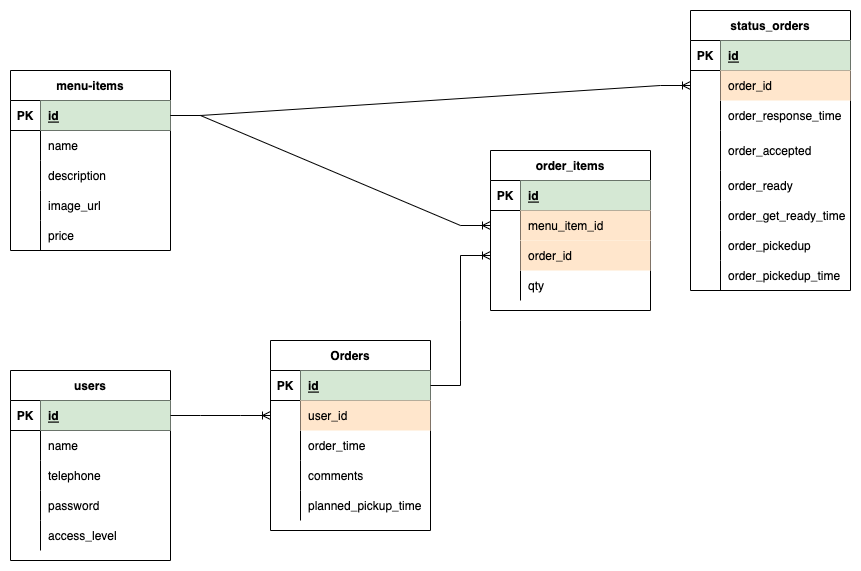
Earlier version of the draw.io export Planning/ERD.png (FarzanehSa/Food-Pick-up-Ordering-app). Source tidied: cells renumbered, new cells last; positions are measured from the earlier drawing's top-left corner, leaving out a move shared by most shapes.
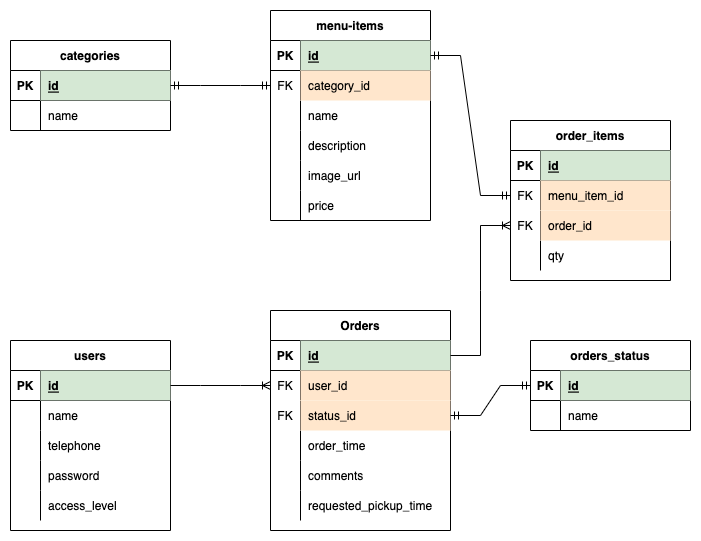
After the commit.

Diff of the diagram source:
```diff
@@ -56,3 +56,3 @@
     <mxCell id="19" value="menu-items" style="shape=table;startSize=30;rowLines=0;fontStyle=1;align=center;" parent="1" vertex="1">
-      <mxGeometry y="60" width="160" height="180" as="geometry" />
+      <mxGeometry x="260" y="30" width="160" height="210" as="geometry" />
     </mxCell>
@@ -70,6 +70,6 @@
     </mxCell>
-    <mxCell id="24" style="shape=partialRectangle;fillColor=none;top=0;left=0;bottom=0;right=0;overflow=hidden;" parent="23" vertex="1">
+    <mxCell id="24" value="FK" style="shape=partialRectangle;fillColor=none;top=0;left=0;bottom=0;right=0;overflow=hidden;" parent="23" vertex="1">
       <mxGeometry width="30" height="30" as="geometry" />
     </mxCell>
-    <mxCell id="25" value="name" style="shape=partialRectangle;fillColor=none;top=0;left=0;bottom=0;right=0;align=left;spacingLeft=6;overflow=hidden;" parent="23" vertex="1">
+    <mxCell id="25" value="category_id" style="shape=partialRectangle;fillColor=#ffe6cc;top=0;left=0;bottom=0;right=0;align=left;spacingLeft=6;overflow=hidden;strokeColor=#d79b00;" parent="23" vertex="1">
       <mxGeometry x="30" width="130" height="30" as="geometry" />
@@ -82,3 +82,3 @@
     </mxCell>
-    <mxCell id="28" value="description" style="shape=partialRectangle;fillColor=none;top=0;left=0;bottom=0;right=0;align=left;spacingLeft=6;overflow=hidden;" parent="26" vertex="1">
+    <mxCell id="28" value="name" style="shape=partialRectangle;fillColor=none;top=0;left=0;bottom=0;right=0;align=left;spacingLeft=6;overflow=hidden;" parent="26" vertex="1">
       <mxGeometry x="30" width="130" height="30" as="geometry" />
@@ -91,3 +91,3 @@
     </mxCell>
-    <mxCell id="31" value="image_url" style="shape=partialRectangle;fillColor=none;top=0;left=0;bottom=0;right=0;align=left;spacingLeft=6;overflow=hidden;" parent="29" vertex="1">
+    <mxCell id="31" value="description" style="shape=partialRectangle;fillColor=none;top=0;left=0;bottom=0;right=0;align=left;spacingLeft=6;overflow=hidden;" parent="29" vertex="1">
       <mxGeometry x="30" width="130" height="30" as="geometry" />
@@ -100,10 +100,19 @@
     </mxCell>
-    <mxCell id="34" value="price" style="shape=partialRectangle;fillColor=none;top=0;left=0;bottom=0;right=0;align=left;spacingLeft=6;overflow=hidden;" parent="32" vertex="1">
+    <mxCell id="34" value="image_url" style="shape=partialRectangle;fillColor=none;top=0;left=0;bottom=0;right=0;align=left;spacingLeft=6;overflow=hidden;" parent="32" vertex="1">
       <mxGeometry x="30" width="130" height="30" as="geometry" />
     </mxCell>
+    <mxCell id="93" style="shape=tableRow;horizontal=0;startSize=0;swimlaneHead=0;swimlaneBody=0;fillColor=none;top=0;left=0;right=0;bottom=0;" parent="19" vertex="1">
+      <mxGeometry y="180" width="160" height="30" as="geometry" />
+    </mxCell>
+    <mxCell id="94" style="shape=partialRectangle;fillColor=none;top=0;left=0;bottom=0;right=0;overflow=hidden;" parent="93" vertex="1">
+      <mxGeometry width="30" height="30" as="geometry" />
+    </mxCell>
+    <mxCell id="95" value="price" style="shape=partialRectangle;fillColor=none;top=0;left=0;bottom=0;right=0;align=left;spacingLeft=6;overflow=hidden;" parent="93" vertex="1">
+      <mxGeometry x="30" width="130" height="30" as="geometry" />
+    </mxCell>
     <mxCell id="35" value="Orders" style="shape=table;startSize=30;rowLines=0;fontStyle=1;align=center;" parent="1" vertex="1">
-      <mxGeometry x="260" y="330" width="160" height="190" as="geometry" />
+      <mxGeometry x="260" y="330" width="180" height="220" as="geometry" />
     </mxCell>
     <mxCell id="36" style="shape=tableRow;horizontal=0;startSize=0;swimlaneHead=0;swimlaneBody=0;fillColor=none;points=[[0,0.5],[1,0.5]];portConstraint=eastwest;top=0;left=0;right=0;bottom=1;" parent="35" vertex="1">
-      <mxGeometry y="30" width="160" height="30" as="geometry" />
+      <mxGeometry y="30" width="180" height="30" as="geometry" />
     </mxCell>
@@ -113,8 +122,8 @@
     <mxCell id="38" value="id" style="shape=partialRectangle;fillColor=#d5e8d4;top=0;left=0;bottom=0;right=0;align=left;spacingLeft=6;fontStyle=5;overflow=hidden;strokeColor=#82b366;" parent="36" vertex="1">
-      <mxGeometry x="30" width="130" height="30" as="geometry" />
+      <mxGeometry x="30" width="150" height="30" as="geometry" />
     </mxCell>
     <mxCell id="39" style="shape=tableRow;horizontal=0;startSize=0;swimlaneHead=0;swimlaneBody=0;fillColor=none;points=[[0,0.5],[1,0.5]];portConstraint=eastwest;top=0;left=0;right=0;bottom=0;" parent="35" vertex="1">
-      <mxGeometry y="60" width="160" height="30" as="geometry" />
+      <mxGeometry y="60" width="180" height="30" as="geometry" />
     </mxCell>
-    <mxCell id="40" style="shape=partialRectangle;fillColor=none;top=0;left=0;bottom=0;right=0;overflow=hidden;" parent="39" vertex="1">
+    <mxCell id="40" value="FK" style="shape=partialRectangle;fillColor=none;top=0;left=0;bottom=0;right=0;overflow=hidden;" parent="39" vertex="1">
       <mxGeometry width="30" height="30" as="geometry" />
@@ -122,15 +131,15 @@
     <mxCell id="41" value="user_id" style="shape=partialRectangle;fillColor=#ffe6cc;top=0;left=0;bottom=0;right=0;align=left;spacingLeft=6;overflow=hidden;strokeColor=#d79b00;" parent="39" vertex="1">
-      <mxGeometry x="30" width="130" height="30" as="geometry" />
+      <mxGeometry x="30" width="150" height="30" as="geometry" />
     </mxCell>
     <mxCell id="42" style="shape=tableRow;horizontal=0;startSize=0;swimlaneHead=0;swimlaneBody=0;fillColor=none;points=[[0,0.5],[1,0.5]];portConstraint=eastwest;top=0;left=0;right=0;bottom=0;" parent="35" vertex="1">
-      <mxGeometry y="90" width="160" height="30" as="geometry" />
+      <mxGeometry y="90" width="180" height="30" as="geometry" />
     </mxCell>
-    <mxCell id="43" style="shape=partialRectangle;fillColor=none;top=0;left=0;bottom=0;right=0;overflow=hidden;" parent="42" vertex="1">
+    <mxCell id="43" value="FK" style="shape=partialRectangle;fillColor=none;top=0;left=0;bottom=0;right=0;overflow=hidden;" parent="42" vertex="1">
       <mxGeometry width="30" height="30" as="geometry" />
     </mxCell>
-    <mxCell id="44" value="order_time" style="shape=partialRectangle;fillColor=none;top=0;left=0;bottom=0;right=0;align=left;spacingLeft=6;overflow=hidden;" parent="42" vertex="1">
-      <mxGeometry x="30" width="130" height="30" as="geometry" />
+    <mxCell id="44" value="status_id" style="shape=partialRectangle;fillColor=#ffe6cc;top=0;left=0;bottom=0;right=0;align=left;spacingLeft=6;overflow=hidden;strokeColor=#d79b00;" parent="42" vertex="1">
+      <mxGeometry x="30" width="150" height="30" as="geometry" />
     </mxCell>
     <mxCell id="45" style="shape=tableRow;horizontal=0;startSize=0;swimlaneHead=0;swimlaneBody=0;fillColor=none;top=0;left=0;right=0;bottom=0;" parent="35" vertex="1">
-      <mxGeometry y="120" width="160" height="30" as="geometry" />
+      <mxGeometry y="120" width="180" height="30" as="geometry" />
     </mxCell>
@@ -139,7 +148,7 @@
     </mxCell>
-    <mxCell id="47" value="comments" style="shape=partialRectangle;fillColor=none;top=0;left=0;bottom=0;right=0;align=left;spacingLeft=6;overflow=hidden;" parent="45" vertex="1">
-      <mxGeometry x="30" width="130" height="30" as="geometry" />
+    <mxCell id="47" value="order_time" style="shape=partialRectangle;fillColor=none;top=0;left=0;bottom=0;right=0;align=left;spacingLeft=6;overflow=hidden;" parent="45" vertex="1">
+      <mxGeometry x="30" width="150" height="30" as="geometry" />
     </mxCell>
     <mxCell id="48" style="shape=tableRow;horizontal=0;startSize=0;swimlaneHead=0;swimlaneBody=0;fillColor=none;top=0;left=0;right=0;bottom=0;" parent="35" vertex="1">
-      <mxGeometry y="150" width="160" height="30" as="geometry" />
+      <mxGeometry y="150" width="180" height="30" as="geometry" />
     </mxCell>
@@ -148,5 +157,14 @@
     </mxCell>
-    <mxCell id="50" value="planned_pickup_time" style="shape=partialRectangle;fillColor=none;top=0;left=0;bottom=0;right=0;align=left;spacingLeft=6;overflow=hidden;" parent="48" vertex="1">
-      <mxGeometry x="30" width="130" height="30" as="geometry" />
+    <mxCell id="50" value="comments" style="shape=partialRectangle;fillColor=none;top=0;left=0;bottom=0;right=0;align=left;spacingLeft=6;overflow=hidden;" parent="48" vertex="1">
+      <mxGeometry x="30" width="150" height="30" as="geometry" />
     </mxCell>
+    <mxCell id="96" style="shape=tableRow;horizontal=0;startSize=0;swimlaneHead=0;swimlaneBody=0;fillColor=none;top=0;left=0;right=0;bottom=0;" parent="35" vertex="1">
+      <mxGeometry y="180" width="180" height="30" as="geometry" />
+    </mxCell>
+    <mxCell id="97" style="shape=partialRectangle;fillColor=none;top=0;left=0;bottom=0;right=0;overflow=hidden;" parent="96" vertex="1">
+      <mxGeometry width="30" height="30" as="geometry" />
+    </mxCell>
+    <mxCell id="98" value="requested_pickup_time" style="shape=partialRectangle;fillColor=none;top=0;left=0;bottom=0;right=0;align=left;spacingLeft=6;overflow=hidden;" parent="96" vertex="1">
+      <mxGeometry x="30" width="150" height="30" as="geometry" />
+    </mxCell>
     <mxCell id="51" style="edgeStyle=entityRelationEdgeStyle;fontSize=12;html=1;endArrow=ERoneToMany;rounded=0;entryX=0;entryY=0.5;entryDx=0;entryDy=0;exitX=1;exitY=0.5;exitDx=0;exitDy=0;" parent="1" edge="1" source="3" target="39">
@@ -155,3 +173,3 @@
     <mxCell id="52" value="order_items" style="shape=table;startSize=30;rowLines=0;fontStyle=1;align=center;" parent="1" vertex="1">
-      <mxGeometry x="480" y="140" width="160" height="160" as="geometry" />
+      <mxGeometry x="500" y="140" width="160" height="160" as="geometry" />
     </mxCell>
@@ -169,3 +187,3 @@
     </mxCell>
-    <mxCell id="57" style="shape=partialRectangle;fillColor=none;top=0;left=0;bottom=0;right=0;overflow=hidden;" parent="56" vertex="1">
+    <mxCell id="57" value="FK" style="shape=partialRectangle;fillColor=none;top=0;left=0;bottom=0;right=0;overflow=hidden;" parent="56" vertex="1">
       <mxGeometry width="30" height="30" as="geometry" />
@@ -178,3 +196,3 @@
     </mxCell>
-    <mxCell id="60" style="shape=partialRectangle;fillColor=none;top=0;left=0;bottom=0;right=0;overflow=hidden;" parent="59" vertex="1">
+    <mxCell id="60" value="FK" style="shape=partialRectangle;fillColor=none;top=0;left=0;bottom=0;right=0;overflow=hidden;" parent="59" vertex="1">
       <mxGeometry width="30" height="30" as="geometry" />
@@ -193,5 +211,2 @@
     </mxCell>
-    <mxCell id="65" style="edgeStyle=entityRelationEdgeStyle;fontSize=12;html=1;endArrow=ERoneToMany;rounded=0;entryX=0;entryY=0.5;entryDx=0;entryDy=0;exitX=1;exitY=0.5;exitDx=0;exitDy=0;" parent="1" edge="1" source="20" target="56">
-      <mxGeometry relative="1" as="geometry" />
-    </mxCell>
     <mxCell id="66" style="edgeStyle=entityRelationEdgeStyle;fontSize=12;html=1;endArrow=ERoneToMany;rounded=0;entryX=0;entryY=0.5;entryDx=0;entryDy=0;exitX=1;exitY=0.5;exitDx=0;exitDy=0;" parent="1" edge="1" source="36" target="59">
@@ -199,4 +214,4 @@
     </mxCell>
-    <mxCell id="67" value="status_orders" style="shape=table;startSize=30;rowLines=0;fontStyle=1;align=center;" parent="1" vertex="1">
-      <mxGeometry x="680" width="160" height="280" as="geometry" />
+    <mxCell id="67" value="orders_status" style="shape=table;startSize=30;rowLines=0;fontStyle=1;align=center;" parent="1" vertex="1">
+      <mxGeometry x="520" y="360" width="160" height="90" as="geometry" />
     </mxCell>
@@ -211,13 +226,4 @@
     </mxCell>
-    <mxCell id="71" style="shape=tableRow;horizontal=0;startSize=0;swimlaneHead=0;swimlaneBody=0;fillColor=none;points=[[0,0.5],[1,0.5]];portConstraint=eastwest;top=0;left=0;right=0;bottom=0;" parent="67" vertex="1">
-      <mxGeometry y="60" width="160" height="30" as="geometry" />
-    </mxCell>
-    <mxCell id="72" style="shape=partialRectangle;fillColor=none;top=0;left=0;bottom=0;right=0;overflow=hidden;" parent="71" vertex="1">
-      <mxGeometry width="30" height="30" as="geometry" />
-    </mxCell>
-    <mxCell id="73" value="order_id" style="shape=partialRectangle;fillColor=#ffe6cc;top=0;left=0;bottom=0;right=0;align=left;spacingLeft=6;overflow=hidden;strokeColor=#d79b00;" parent="71" vertex="1">
-      <mxGeometry x="30" width="130" height="30" as="geometry" />
-    </mxCell>
     <mxCell id="74" style="shape=tableRow;horizontal=0;startSize=0;swimlaneHead=0;swimlaneBody=0;fillColor=none;top=0;left=0;right=0;bottom=0;" parent="67" vertex="1">
-      <mxGeometry y="90" width="160" height="30" as="geometry" />
+      <mxGeometry y="60" width="160" height="30" as="geometry" />
     </mxCell>
@@ -226,53 +232,35 @@
     </mxCell>
-    <mxCell id="76" value="order_response_time" style="shape=partialRectangle;fillColor=none;top=0;left=0;bottom=0;right=0;align=left;spacingLeft=6;overflow=hidden;" parent="74" vertex="1">
+    <mxCell id="76" value="name" style="shape=partialRectangle;fillColor=none;top=0;left=0;bottom=0;right=0;align=left;spacingLeft=6;overflow=hidden;" parent="74" vertex="1">
       <mxGeometry x="30" width="130" height="30" as="geometry" />
     </mxCell>
-    <mxCell id="77" style="shape=tableRow;horizontal=0;startSize=0;swimlaneHead=0;swimlaneBody=0;fillColor=none;top=0;left=0;right=0;bottom=0;" parent="67" vertex="1">
-      <mxGeometry y="120" width="160" height="40" as="geometry" />
-    </mxCell>
-    <mxCell id="78" style="shape=partialRectangle;fillColor=none;top=0;left=0;bottom=0;right=0;overflow=hidden;" parent="77" vertex="1">
-      <mxGeometry width="30" height="40" as="geometry" />
-    </mxCell>
-    <mxCell id="79" value="order_accepted" style="shape=partialRectangle;fillColor=none;top=0;left=0;bottom=0;right=0;align=left;spacingLeft=6;overflow=hidden;" parent="77" vertex="1">
-      <mxGeometry x="30" width="130" height="40" as="geometry" />
-    </mxCell>
-    <mxCell id="80" style="shape=tableRow;horizontal=0;startSize=0;swimlaneHead=0;swimlaneBody=0;fillColor=none;top=0;left=0;right=0;bottom=0;" parent="67" vertex="1">
-      <mxGeometry y="160" width="160" height="30" as="geometry" />
-    </mxCell>
-    <mxCell id="81" style="shape=partialRectangle;fillColor=none;top=0;left=0;bottom=0;right=0;overflow=hidden;" parent="80" vertex="1">
-      <mxGeometry width="30" height="30" as="geometry" />
-    </mxCell>
-    <mxCell id="82" value="order_ready" style="shape=partialRectangle;fillColor=none;top=0;left=0;bottom=0;right=0;align=left;spacingLeft=6;overflow=hidden;" parent="80" vertex="1">
-      <mxGeometry x="30" width="130" height="30" as="geometry" />
-    </mxCell>
-    <mxCell id="83" style="shape=tableRow;horizontal=0;startSize=0;swimlaneHead=0;swimlaneBody=0;fillColor=none;top=0;left=0;right=0;bottom=0;" parent="67" vertex="1">
-      <mxGeometry y="190" width="160" height="30" as="geometry" />
-    </mxCell>
-    <mxCell id="84" style="shape=partialRectangle;fillColor=none;top=0;left=0;bottom=0;right=0;overflow=hidden;" parent="83" vertex="1">
-      <mxGeometry width="30" height="30" as="geometry" />
-    </mxCell>
-    <mxCell id="85" value="order_get_ready_time" style="shape=partialRectangle;fillColor=none;top=0;left=0;bottom=0;right=0;align=left;spacingLeft=6;overflow=hidden;" parent="83" vertex="1">
-      <mxGeometry x="30" width="130" height="30" as="geometry" />
-    </mxCell>
-    <mxCell id="86" style="shape=tableRow;horizontal=0;startSize=0;swimlaneHead=0;swimlaneBody=0;fillColor=none;top=0;left=0;right=0;bottom=0;" parent="67" vertex="1">
-      <mxGeometry y="220" width="160" height="30" as="geometry" />
-    </mxCell>
-    <mxCell id="87" style="shape=partialRectangle;fillColor=none;top=0;left=0;bottom=0;right=0;overflow=hidden;" parent="86" vertex="1">
-      <mxGeometry width="30" height="30" as="geometry" />
-    </mxCell>
-    <mxCell id="88" value="order_pickedup" style="shape=partialRectangle;fillColor=none;top=0;left=0;bottom=0;right=0;align=left;spacingLeft=6;overflow=hidden;" parent="86" vertex="1">
-      <mxGeometry x="30" width="130" height="30" as="geometry" />
-    </mxCell>
-    <mxCell id="89" style="shape=tableRow;horizontal=0;startSize=0;swimlaneHead=0;swimlaneBody=0;fillColor=none;top=0;left=0;right=0;bottom=0;" parent="67" vertex="1">
-      <mxGeometry y="250" width="160" height="30" as="geometry" />
-    </mxCell>
-    <mxCell id="90" style="shape=partialRectangle;fillColor=none;top=0;left=0;bottom=0;right=0;overflow=hidden;" parent="89" vertex="1">
-      <mxGeometry width="30" height="30" as="geometry" />
-    </mxCell>
-    <mxCell id="91" value="order_pickedup_time" style="shape=partialRectangle;fillColor=none;top=0;left=0;bottom=0;right=0;align=left;spacingLeft=6;overflow=hidden;" parent="89" vertex="1">
-      <mxGeometry x="30" width="130" height="30" as="geometry" />
-    </mxCell>
-    <mxCell id="92" style="edgeStyle=entityRelationEdgeStyle;fontSize=12;html=1;endArrow=ERoneToMany;rounded=0;entryX=0;entryY=0.5;entryDx=0;entryDy=0;exitX=1;exitY=0.5;exitDx=0;exitDy=0;" parent="1" edge="1" source="20" target="71">
-      <mxGeometry relative="1" as="geometry" />
-    </mxCell>
+    <mxCell id="65" style="edgeStyle=entityRelationEdgeStyle;fontSize=12;html=1;endArrow=ERmandOne;startArrow=ERmandOne;rounded=0;exitX=1;exitY=0.5;exitDx=0;exitDy=0;entryX=0;entryY=0.5;entryDx=0;entryDy=0;" parent="1" edge="1" source="20" target="56">
+      <mxGeometry relative="1" as="geometry" />
+    </mxCell>
+    <mxCell id="99" value="categories" style="shape=table;startSize=30;rowLines=0;fontStyle=1;align=center;" parent="1" vertex="1">
+      <mxGeometry y="60" width="160" height="90" as="geometry" />
+    </mxCell>
+    <mxCell id="100" style="shape=tableRow;horizontal=0;startSize=0;swimlaneHead=0;swimlaneBody=0;fillColor=none;points=[[0,0.5],[1,0.5]];portConstraint=eastwest;top=0;left=0;right=0;bottom=1;" parent="99" vertex="1">
+      <mxGeometry y="30" width="160" height="30" as="geometry" />
+    </mxCell>
+    <mxCell id="101" value="PK" style="shape=partialRectangle;fillColor=none;top=0;left=0;bottom=0;right=0;fontStyle=1;overflow=hidden;" parent="100" vertex="1">
+      <mxGeometry width="30" height="30" as="geometry" />
+    </mxCell>
+    <mxCell id="102" value="id" style="shape=partialRectangle;fillColor=#d5e8d4;top=0;left=0;bottom=0;right=0;align=left;spacingLeft=6;fontStyle=5;overflow=hidden;strokeColor=#82b366;" parent="100" vertex="1">
+      <mxGeometry x="30" width="130" height="30" as="geometry" />
+    </mxCell>
+    <mxCell id="71" style="shape=tableRow;horizontal=0;startSize=0;swimlaneHead=0;swimlaneBody=0;fillColor=none;points=[[0,0.5],[1,0.5]];portConstraint=eastwest;top=0;left=0;right=0;bottom=0;" parent="99" vertex="1">
+      <mxGeometry y="60" width="160" height="30" as="geometry" />
+    </mxCell>
+    <mxCell id="103" style="shape=partialRectangle;fillColor=none;top=0;left=0;bottom=0;right=0;overflow=hidden;" parent="71" vertex="1">
+      <mxGeometry width="30" height="30" as="geometry" />
+    </mxCell>
+    <mxCell id="104" value="name" style="shape=partialRectangle;fillColor=none;top=0;left=0;bottom=0;right=0;align=left;spacingLeft=6;overflow=hidden;" parent="71" vertex="1">
+      <mxGeometry x="30" width="130" height="30" as="geometry" />
+    </mxCell>
+    <mxCell id="105" style="edgeStyle=entityRelationEdgeStyle;fontSize=12;html=1;endArrow=ERmandOne;startArrow=ERmandOne;rounded=0;exitX=1;exitY=0.5;exitDx=0;exitDy=0;entryX=0;entryY=0.5;entryDx=0;entryDy=0;" parent="1" edge="1" source="100" target="23">
+      <mxGeometry relative="1" as="geometry" />
+    </mxCell>
+    <mxCell id="106" style="edgeStyle=entityRelationEdgeStyle;fontSize=12;html=1;endArrow=ERmandOne;startArrow=ERmandOne;rounded=0;exitX=1;exitY=0.5;exitDx=0;exitDy=0;entryX=0;entryY=0.5;entryDx=0;entryDy=0;" parent="1" edge="1" source="42" target="68">
+      <mxGeometry relative="1" as="geometry" />
+    </mxCell>
   </root>
```
